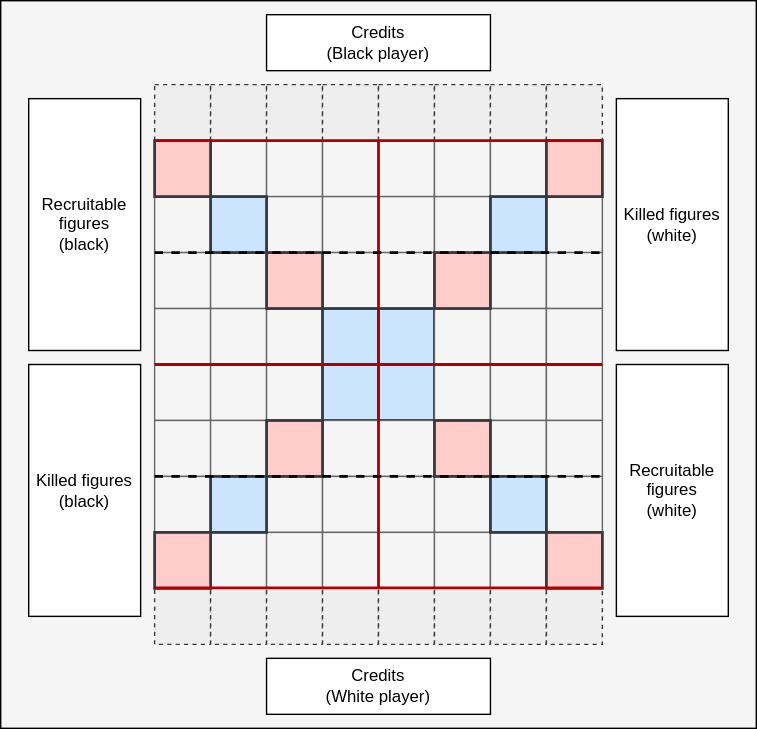
This is docs/games/boardgames/chessacre/_chessacre-overview.drawio.svg from FullByte/FullByte.github.io, a draw.io export, as it was before one commit. Source tidied: cells renumbered, new cells last; positions are measured from the earlier drawing's top-left corner, leaving out a move shared by most shapes. The source it was exported from:
```xml
<mxGraphModel>
  <root>
    <mxCell id="0" />
    <mxCell id="1" parent="0" />
    <mxCell id="2" style="rounded=0;whiteSpace=wrap;html=1;fillColor=#f5f5f5;fontColor=#333333;strokeColor=#000000;align=right;" parent="1" vertex="1">
      <mxGeometry width="540" height="520" as="geometry" />
    </mxCell>
    <mxCell id="3" style="rounded=0;whiteSpace=wrap;html=1;fillColor=#eeeeee;strokeColor=#36393d;dashed=1;" parent="1" vertex="1">
      <mxGeometry x="110" y="60" width="40" height="40" as="geometry" />
    </mxCell>
    <mxCell id="4" style="rounded=0;whiteSpace=wrap;html=1;fillColor=#eeeeee;strokeColor=#36393d;dashed=1;" parent="1" vertex="1">
      <mxGeometry x="150" y="60" width="40" height="40" as="geometry" />
    </mxCell>
    <mxCell id="5" style="rounded=0;whiteSpace=wrap;html=1;fillColor=#eeeeee;strokeColor=#36393d;dashed=1;" parent="1" vertex="1">
      <mxGeometry x="190" y="60" width="40" height="40" as="geometry" />
    </mxCell>
    <mxCell id="6" style="rounded=0;whiteSpace=wrap;html=1;fillColor=#eeeeee;strokeColor=#36393d;dashed=1;" parent="1" vertex="1">
      <mxGeometry x="230" y="60" width="40" height="40" as="geometry" />
    </mxCell>
    <mxCell id="7" style="rounded=0;whiteSpace=wrap;html=1;fillColor=#eeeeee;strokeColor=#36393d;dashed=1;" parent="1" vertex="1">
      <mxGeometry x="270" y="60" width="40" height="40" as="geometry" />
    </mxCell>
    <mxCell id="8" style="rounded=0;whiteSpace=wrap;html=1;fillColor=#eeeeee;strokeColor=#36393d;dashed=1;" parent="1" vertex="1">
      <mxGeometry x="310" y="60" width="40" height="40" as="geometry" />
    </mxCell>
    <mxCell id="9" style="rounded=0;whiteSpace=wrap;html=1;fillColor=#eeeeee;strokeColor=#36393d;dashed=1;" parent="1" vertex="1">
      <mxGeometry x="350" y="60" width="40" height="40" as="geometry" />
    </mxCell>
    <mxCell id="10" style="rounded=0;whiteSpace=wrap;html=1;fillColor=#eeeeee;strokeColor=#36393d;dashed=1;" parent="1" vertex="1">
      <mxGeometry x="390" y="60" width="40" height="40" as="geometry" />
    </mxCell>
    <mxCell id="11" style="rounded=0;whiteSpace=wrap;html=1;fillColor=#f5f5f5;fontColor=#333333;strokeColor=#666666;" parent="1" vertex="1">
      <mxGeometry x="150" y="100" width="40" height="40" as="geometry" />
    </mxCell>
    <mxCell id="12" style="rounded=0;whiteSpace=wrap;html=1;fillColor=#f5f5f5;fontColor=#333333;strokeColor=#666666;" parent="1" vertex="1">
      <mxGeometry x="190" y="100" width="40" height="40" as="geometry" />
    </mxCell>
    <mxCell id="13" style="rounded=0;whiteSpace=wrap;html=1;fillColor=#f5f5f5;fontColor=#333333;strokeColor=#666666;" parent="1" vertex="1">
      <mxGeometry x="230" y="100" width="40" height="40" as="geometry" />
    </mxCell>
    <mxCell id="14" style="rounded=0;whiteSpace=wrap;html=1;fillColor=#f5f5f5;fontColor=#333333;strokeColor=#666666;" parent="1" vertex="1">
      <mxGeometry x="270" y="100" width="40" height="40" as="geometry" />
    </mxCell>
    <mxCell id="15" style="rounded=0;whiteSpace=wrap;html=1;fillColor=#f5f5f5;fontColor=#333333;strokeColor=#666666;" parent="1" vertex="1">
      <mxGeometry x="310" y="100" width="40" height="40" as="geometry" />
    </mxCell>
    <mxCell id="16" style="rounded=0;whiteSpace=wrap;html=1;fillColor=#f5f5f5;fontColor=#333333;strokeColor=#666666;" parent="1" vertex="1">
      <mxGeometry x="350" y="100" width="40" height="40" as="geometry" />
    </mxCell>
    <mxCell id="17" style="rounded=0;whiteSpace=wrap;html=1;fillColor=#f5f5f5;fontColor=#333333;strokeColor=#666666;" parent="1" vertex="1">
      <mxGeometry x="110" y="140" width="40" height="40" as="geometry" />
    </mxCell>
    <mxCell id="18" style="rounded=0;whiteSpace=wrap;html=1;fillColor=#f5f5f5;fontColor=#333333;strokeColor=#666666;" parent="1" vertex="1">
      <mxGeometry x="190" y="140" width="40" height="40" as="geometry" />
    </mxCell>
    <mxCell id="19" style="rounded=0;whiteSpace=wrap;html=1;fillColor=#f5f5f5;fontColor=#333333;strokeColor=#666666;" parent="1" vertex="1">
      <mxGeometry x="230" y="140" width="40" height="40" as="geometry" />
    </mxCell>
    <mxCell id="20" style="rounded=0;whiteSpace=wrap;html=1;fillColor=#f5f5f5;fontColor=#333333;strokeColor=#666666;" parent="1" vertex="1">
      <mxGeometry x="270" y="140" width="40" height="40" as="geometry" />
    </mxCell>
    <mxCell id="21" style="rounded=0;whiteSpace=wrap;html=1;fillColor=#f5f5f5;fontColor=#333333;strokeColor=#666666;" parent="1" vertex="1">
      <mxGeometry x="310" y="140" width="40" height="40" as="geometry" />
    </mxCell>
    <mxCell id="22" style="rounded=0;whiteSpace=wrap;html=1;fillColor=#f5f5f5;fontColor=#333333;strokeColor=#666666;" parent="1" vertex="1">
      <mxGeometry x="390" y="140" width="40" height="40" as="geometry" />
    </mxCell>
    <mxCell id="23" style="rounded=0;whiteSpace=wrap;html=1;fillColor=#f5f5f5;fontColor=#333333;strokeColor=#666666;" parent="1" vertex="1">
      <mxGeometry x="110" y="180" width="40" height="40" as="geometry" />
    </mxCell>
    <mxCell id="24" style="rounded=0;whiteSpace=wrap;html=1;fillColor=#f5f5f5;fontColor=#333333;strokeColor=#666666;" parent="1" vertex="1">
      <mxGeometry x="150" y="180" width="40" height="40" as="geometry" />
    </mxCell>
    <mxCell id="25" style="rounded=0;whiteSpace=wrap;html=1;fillColor=#f5f5f5;fontColor=#333333;strokeColor=#666666;" parent="1" vertex="1">
      <mxGeometry x="230" y="180" width="40" height="40" as="geometry" />
    </mxCell>
    <mxCell id="26" style="rounded=0;whiteSpace=wrap;html=1;fillColor=#f5f5f5;fontColor=#333333;strokeColor=#666666;" parent="1" vertex="1">
      <mxGeometry x="270" y="180" width="40" height="40" as="geometry" />
    </mxCell>
    <mxCell id="27" style="rounded=0;whiteSpace=wrap;html=1;fillColor=#f5f5f5;fontColor=#333333;strokeColor=#666666;" parent="1" vertex="1">
      <mxGeometry x="350" y="180" width="40" height="40" as="geometry" />
    </mxCell>
    <mxCell id="28" style="rounded=0;whiteSpace=wrap;html=1;fillColor=#f5f5f5;fontColor=#333333;strokeColor=#666666;" parent="1" vertex="1">
      <mxGeometry x="390" y="180" width="40" height="40" as="geometry" />
    </mxCell>
    <mxCell id="29" style="rounded=0;whiteSpace=wrap;html=1;fillColor=#f5f5f5;fontColor=#333333;strokeColor=#666666;" parent="1" vertex="1">
      <mxGeometry x="110" y="220" width="40" height="40" as="geometry" />
    </mxCell>
    <mxCell id="30" style="rounded=0;whiteSpace=wrap;html=1;fillColor=#f5f5f5;fontColor=#333333;strokeColor=#666666;" parent="1" vertex="1">
      <mxGeometry x="150" y="220" width="40" height="40" as="geometry" />
    </mxCell>
    <mxCell id="31" style="rounded=0;whiteSpace=wrap;html=1;fillColor=#f5f5f5;fontColor=#333333;strokeColor=#666666;" parent="1" vertex="1">
      <mxGeometry x="190" y="220" width="40" height="40" as="geometry" />
    </mxCell>
    <mxCell id="32" style="rounded=0;whiteSpace=wrap;html=1;fillColor=#cce5ff;strokeColor=#36393d;strokeWidth=2;" parent="1" vertex="1">
      <mxGeometry x="230" y="220" width="40" height="40" as="geometry" />
    </mxCell>
    <mxCell id="33" style="rounded=0;whiteSpace=wrap;html=1;fillColor=#cce5ff;strokeColor=#36393d;strokeWidth=2;" parent="1" vertex="1">
      <mxGeometry x="270" y="220" width="40" height="40" as="geometry" />
    </mxCell>
    <mxCell id="34" style="rounded=0;whiteSpace=wrap;html=1;fillColor=#f5f5f5;fontColor=#333333;strokeColor=#666666;" parent="1" vertex="1">
      <mxGeometry x="310" y="220" width="40" height="40" as="geometry" />
    </mxCell>
    <mxCell id="35" style="rounded=0;whiteSpace=wrap;html=1;fillColor=#f5f5f5;fontColor=#333333;strokeColor=#666666;" parent="1" vertex="1">
      <mxGeometry x="350" y="220" width="40" height="40" as="geometry" />
    </mxCell>
    <mxCell id="36" style="rounded=0;whiteSpace=wrap;html=1;fillColor=#f5f5f5;fontColor=#333333;strokeColor=#666666;" parent="1" vertex="1">
      <mxGeometry x="390" y="220" width="40" height="40" as="geometry" />
    </mxCell>
    <mxCell id="37" style="rounded=0;whiteSpace=wrap;html=1;fillColor=#f5f5f5;fontColor=#333333;strokeColor=#666666;" parent="1" vertex="1">
      <mxGeometry x="110" y="260" width="40" height="40" as="geometry" />
    </mxCell>
    <mxCell id="38" style="rounded=0;whiteSpace=wrap;html=1;fillColor=#f5f5f5;fontColor=#333333;strokeColor=#666666;" parent="1" vertex="1">
      <mxGeometry x="150" y="260" width="40" height="40" as="geometry" />
    </mxCell>
    <mxCell id="39" style="rounded=0;whiteSpace=wrap;html=1;fillColor=#f5f5f5;fontColor=#333333;strokeColor=#666666;" parent="1" vertex="1">
      <mxGeometry x="190" y="260" width="40" height="40" as="geometry" />
    </mxCell>
    <mxCell id="40" style="rounded=0;whiteSpace=wrap;html=1;fillColor=#cce5ff;strokeColor=#36393d;strokeWidth=2;" parent="1" vertex="1">
      <mxGeometry x="230" y="260" width="40" height="40" as="geometry" />
    </mxCell>
    <mxCell id="41" style="rounded=0;whiteSpace=wrap;html=1;fillColor=#cce5ff;strokeColor=#36393d;strokeWidth=2;" parent="1" vertex="1">
      <mxGeometry x="270" y="260" width="40" height="40" as="geometry" />
    </mxCell>
    <mxCell id="42" style="rounded=0;whiteSpace=wrap;html=1;fillColor=#f5f5f5;fontColor=#333333;strokeColor=#666666;" parent="1" vertex="1">
      <mxGeometry x="310" y="260" width="40" height="40" as="geometry" />
    </mxCell>
    <mxCell id="43" style="rounded=0;whiteSpace=wrap;html=1;fillColor=#f5f5f5;fontColor=#333333;strokeColor=#666666;" parent="1" vertex="1">
      <mxGeometry x="350" y="260" width="40" height="40" as="geometry" />
    </mxCell>
    <mxCell id="44" style="rounded=0;whiteSpace=wrap;html=1;fillColor=#f5f5f5;fontColor=#333333;strokeColor=#666666;" parent="1" vertex="1">
      <mxGeometry x="390" y="260" width="40" height="40" as="geometry" />
    </mxCell>
    <mxCell id="45" style="rounded=0;whiteSpace=wrap;html=1;fillColor=#f5f5f5;fontColor=#333333;strokeColor=#666666;" parent="1" vertex="1">
      <mxGeometry x="110" y="300" width="40" height="40" as="geometry" />
    </mxCell>
    <mxCell id="46" style="rounded=0;whiteSpace=wrap;html=1;fillColor=#f5f5f5;fontColor=#333333;strokeColor=#666666;" parent="1" vertex="1">
      <mxGeometry x="150" y="300" width="40" height="40" as="geometry" />
    </mxCell>
    <mxCell id="47" style="rounded=0;whiteSpace=wrap;html=1;fillColor=#f5f5f5;fontColor=#333333;strokeColor=#666666;" parent="1" vertex="1">
      <mxGeometry x="230" y="300" width="40" height="40" as="geometry" />
    </mxCell>
    <mxCell id="48" style="rounded=0;whiteSpace=wrap;html=1;fillColor=#f5f5f5;fontColor=#333333;strokeColor=#666666;" parent="1" vertex="1">
      <mxGeometry x="270" y="300" width="40" height="40" as="geometry" />
    </mxCell>
    <mxCell id="49" style="rounded=0;whiteSpace=wrap;html=1;fillColor=#f5f5f5;fontColor=#333333;strokeColor=#666666;" parent="1" vertex="1">
      <mxGeometry x="350" y="300" width="40" height="40" as="geometry" />
    </mxCell>
    <mxCell id="50" style="rounded=0;whiteSpace=wrap;html=1;fillColor=#f5f5f5;fontColor=#333333;strokeColor=#666666;" parent="1" vertex="1">
      <mxGeometry x="390" y="300" width="40" height="40" as="geometry" />
    </mxCell>
    <mxCell id="51" style="rounded=0;whiteSpace=wrap;html=1;fillColor=#f5f5f5;fontColor=#333333;strokeColor=#666666;" parent="1" vertex="1">
      <mxGeometry x="110" y="340" width="40" height="40" as="geometry" />
    </mxCell>
    <mxCell id="52" style="rounded=0;whiteSpace=wrap;html=1;fillColor=#f5f5f5;fontColor=#333333;strokeColor=#666666;" parent="1" vertex="1">
      <mxGeometry x="190" y="340" width="40" height="40" as="geometry" />
    </mxCell>
    <mxCell id="53" style="rounded=0;whiteSpace=wrap;html=1;fillColor=#f5f5f5;fontColor=#333333;strokeColor=#666666;" parent="1" vertex="1">
      <mxGeometry x="230" y="340" width="40" height="40" as="geometry" />
    </mxCell>
    <mxCell id="54" style="rounded=0;whiteSpace=wrap;html=1;fillColor=#f5f5f5;fontColor=#333333;strokeColor=#666666;" parent="1" vertex="1">
      <mxGeometry x="270" y="340" width="40" height="40" as="geometry" />
    </mxCell>
    <mxCell id="55" style="rounded=0;whiteSpace=wrap;html=1;fillColor=#f5f5f5;fontColor=#333333;strokeColor=#666666;" parent="1" vertex="1">
      <mxGeometry x="310" y="340" width="40" height="40" as="geometry" />
    </mxCell>
    <mxCell id="56" style="rounded=0;whiteSpace=wrap;html=1;fillColor=#f5f5f5;fontColor=#333333;strokeColor=#666666;" parent="1" vertex="1">
      <mxGeometry x="390" y="340" width="40" height="40" as="geometry" />
    </mxCell>
    <mxCell id="57" style="rounded=0;whiteSpace=wrap;html=1;fillColor=#f5f5f5;fontColor=#333333;strokeColor=#666666;" parent="1" vertex="1">
      <mxGeometry x="150" y="380" width="40" height="40" as="geometry" />
    </mxCell>
    <mxCell id="58" style="rounded=0;whiteSpace=wrap;html=1;fillColor=#f5f5f5;fontColor=#333333;strokeColor=#666666;" parent="1" vertex="1">
      <mxGeometry x="190" y="380" width="40" height="40" as="geometry" />
    </mxCell>
    <mxCell id="59" style="rounded=0;whiteSpace=wrap;html=1;fillColor=#f5f5f5;fontColor=#333333;strokeColor=#666666;" parent="1" vertex="1">
      <mxGeometry x="230" y="380" width="40" height="40" as="geometry" />
    </mxCell>
    <mxCell id="60" style="rounded=0;whiteSpace=wrap;html=1;fillColor=#f5f5f5;fontColor=#333333;strokeColor=#666666;" parent="1" vertex="1">
      <mxGeometry x="270" y="380" width="40" height="40" as="geometry" />
    </mxCell>
    <mxCell id="61" style="rounded=0;whiteSpace=wrap;html=1;fillColor=#f5f5f5;fontColor=#333333;strokeColor=#666666;" parent="1" vertex="1">
      <mxGeometry x="310" y="380" width="40" height="40" as="geometry" />
    </mxCell>
    <mxCell id="62" style="rounded=0;whiteSpace=wrap;html=1;fillColor=#f5f5f5;fontColor=#333333;strokeColor=#666666;" parent="1" vertex="1">
      <mxGeometry x="350" y="380" width="40" height="40" as="geometry" />
    </mxCell>
    <mxCell id="63" style="rounded=0;whiteSpace=wrap;html=1;fillColor=#eeeeee;strokeColor=#36393d;dashed=1;" parent="1" vertex="1">
      <mxGeometry x="110" y="420" width="40" height="40" as="geometry" />
    </mxCell>
    <mxCell id="64" style="rounded=0;whiteSpace=wrap;html=1;fillColor=#eeeeee;strokeColor=#36393d;dashed=1;" parent="1" vertex="1">
      <mxGeometry x="150" y="420" width="40" height="40" as="geometry" />
    </mxCell>
    <mxCell id="65" style="rounded=0;whiteSpace=wrap;html=1;fillColor=#eeeeee;strokeColor=#36393d;dashed=1;" parent="1" vertex="1">
      <mxGeometry x="190" y="420" width="40" height="40" as="geometry" />
    </mxCell>
    <mxCell id="66" style="rounded=0;whiteSpace=wrap;html=1;fillColor=#eeeeee;strokeColor=#36393d;dashed=1;" parent="1" vertex="1">
      <mxGeometry x="230" y="420" width="40" height="40" as="geometry" />
    </mxCell>
    <mxCell id="67" style="rounded=0;whiteSpace=wrap;html=1;fillColor=#eeeeee;strokeColor=#36393d;dashed=1;" parent="1" vertex="1">
      <mxGeometry x="270" y="420" width="40" height="40" as="geometry" />
    </mxCell>
    <mxCell id="68" style="rounded=0;whiteSpace=wrap;html=1;fillColor=#eeeeee;strokeColor=#36393d;dashed=1;" parent="1" vertex="1">
      <mxGeometry x="310" y="420" width="40" height="40" as="geometry" />
    </mxCell>
    <mxCell id="69" style="rounded=0;whiteSpace=wrap;html=1;fillColor=#eeeeee;strokeColor=#36393d;dashed=1;" parent="1" vertex="1">
      <mxGeometry x="350" y="420" width="40" height="40" as="geometry" />
    </mxCell>
    <mxCell id="70" style="rounded=0;whiteSpace=wrap;html=1;fillColor=#eeeeee;strokeColor=#36393d;dashed=1;" parent="1" vertex="1">
      <mxGeometry x="390" y="420" width="40" height="40" as="geometry" />
    </mxCell>
    <mxCell id="71" style="endArrow=none;html=1;entryX=1;entryY=0;entryDx=0;entryDy=0;exitX=0;exitY=0;exitDx=0;exitDy=0;fillColor=#e51400;strokeColor=#B20000;strokeWidth=2;" parent="1" edge="1" source="37" target="44">
      <mxGeometry relative="1" as="geometry" />
    </mxCell>
    <mxCell id="72" style="endArrow=none;html=1;entryX=0;entryY=1;entryDx=0;entryDy=0;fillColor=#e51400;strokeColor=#B20000;strokeWidth=2;" parent="1" edge="1" target="60">
      <mxGeometry relative="1" as="geometry">
        <mxPoint x="270" y="100" as="sourcePoint" />
      </mxGeometry>
    </mxCell>
    <mxCell id="73" style="rounded=0;whiteSpace=wrap;html=1;fillColor=#ffcccc;strokeColor=#36393d;strokeWidth=2;" parent="1" vertex="1">
      <mxGeometry x="310" y="300" width="40" height="40" as="geometry" />
    </mxCell>
    <mxCell id="74" style="rounded=0;whiteSpace=wrap;html=1;fillColor=#ffcccc;strokeColor=#36393d;strokeWidth=2;" parent="1" vertex="1">
      <mxGeometry x="190" y="180" width="40" height="40" as="geometry" />
    </mxCell>
    <mxCell id="75" style="rounded=0;whiteSpace=wrap;html=1;fillColor=#ffcccc;strokeColor=#36393d;strokeWidth=2;" parent="1" vertex="1">
      <mxGeometry x="310" y="180" width="40" height="40" as="geometry" />
    </mxCell>
    <mxCell id="76" style="rounded=0;whiteSpace=wrap;html=1;fillColor=#ffcccc;strokeColor=#36393d;strokeWidth=2;" parent="1" vertex="1">
      <mxGeometry x="190" y="300" width="40" height="40" as="geometry" />
    </mxCell>
    <mxCell id="77" style="rounded=0;whiteSpace=wrap;html=1;fillColor=#ffcccc;strokeColor=#36393d;strokeWidth=2;" parent="1" vertex="1">
      <mxGeometry x="110" y="380" width="40" height="40" as="geometry" />
    </mxCell>
    <mxCell id="78" style="rounded=0;whiteSpace=wrap;html=1;fillColor=#cce5ff;strokeColor=#36393d;strokeWidth=2;" parent="1" vertex="1">
      <mxGeometry x="150" y="340" width="40" height="40" as="geometry" />
    </mxCell>
    <mxCell id="79" style="rounded=0;whiteSpace=wrap;html=1;fillColor=#cce5ff;strokeColor=#36393d;strokeWidth=2;" parent="1" vertex="1">
      <mxGeometry x="150" y="140" width="40" height="40" as="geometry" />
    </mxCell>
    <mxCell id="80" style="rounded=0;whiteSpace=wrap;html=1;fillColor=#ffcccc;strokeColor=#36393d;strokeWidth=2;" parent="1" vertex="1">
      <mxGeometry x="110" y="100" width="40" height="40" as="geometry" />
    </mxCell>
    <mxCell id="81" style="rounded=0;whiteSpace=wrap;html=1;fillColor=#cce5ff;strokeColor=#36393d;strokeWidth=2;" parent="1" vertex="1">
      <mxGeometry x="350" y="140" width="40" height="40" as="geometry" />
    </mxCell>
    <mxCell id="82" style="rounded=0;whiteSpace=wrap;html=1;fillColor=#ffcccc;strokeColor=#36393d;strokeWidth=2;" parent="1" vertex="1">
      <mxGeometry x="390" y="100" width="40" height="40" as="geometry" />
    </mxCell>
    <mxCell id="83" style="rounded=0;whiteSpace=wrap;html=1;fillColor=#cce5ff;strokeColor=#36393d;strokeWidth=2;" parent="1" vertex="1">
      <mxGeometry x="350" y="340" width="40" height="40" as="geometry" />
    </mxCell>
    <mxCell id="84" style="rounded=0;whiteSpace=wrap;html=1;fillColor=#ffcccc;strokeColor=#36393d;strokeWidth=2;" parent="1" vertex="1">
      <mxGeometry x="390" y="380" width="40" height="40" as="geometry" />
    </mxCell>
    <mxCell id="85" style="endArrow=none;html=1;entryX=1;entryY=0;entryDx=0;entryDy=0;exitX=0;exitY=0;exitDx=0;exitDy=0;fillColor=#e51400;strokeColor=#B20000;strokeWidth=2;" parent="1" edge="1">
      <mxGeometry relative="1" as="geometry">
        <mxPoint x="110" y="419.6" as="sourcePoint" />
        <mxPoint x="430" y="419.6" as="targetPoint" />
      </mxGeometry>
    </mxCell>
    <mxCell id="86" style="endArrow=none;html=1;entryX=1;entryY=0;entryDx=0;entryDy=0;exitX=0;exitY=0;exitDx=0;exitDy=0;fillColor=#e51400;strokeColor=#B20000;strokeWidth=2;" parent="1" edge="1">
      <mxGeometry relative="1" as="geometry">
        <mxPoint x="110" y="100" as="sourcePoint" />
        <mxPoint x="430" y="100" as="targetPoint" />
      </mxGeometry>
    </mxCell>
    <mxCell id="87" style="endArrow=none;html=1;entryX=1;entryY=0;entryDx=0;entryDy=0;exitX=0;exitY=0;exitDx=0;exitDy=0;strokeWidth=2;dashed=1;" parent="1" edge="1">
      <mxGeometry relative="1" as="geometry">
        <mxPoint x="110" y="340" as="sourcePoint" />
        <mxPoint x="430" y="340" as="targetPoint" />
      </mxGeometry>
    </mxCell>
    <mxCell id="88" style="endArrow=none;html=1;entryX=1;entryY=0;entryDx=0;entryDy=0;exitX=0;exitY=0;exitDx=0;exitDy=0;strokeWidth=2;dashed=1;" parent="1" edge="1">
      <mxGeometry relative="1" as="geometry">
        <mxPoint x="110" y="180" as="sourcePoint" />
        <mxPoint x="430" y="180" as="targetPoint" />
      </mxGeometry>
    </mxCell>
    <mxCell id="89" value="Killed figures&lt;br&gt;(white)" style="rounded=0;whiteSpace=wrap;html=1;" parent="1" vertex="1">
      <mxGeometry x="440" y="70" width="80" height="180" as="geometry" />
    </mxCell>
    <mxCell id="90" value="Killed figures&lt;br&gt;(black)" style="rounded=0;whiteSpace=wrap;html=1;" parent="1" vertex="1">
      <mxGeometry x="20" y="260" width="80" height="180" as="geometry" />
    </mxCell>
    <mxCell id="91" value="Recruitable figures&lt;br&gt;(black)" style="rounded=0;whiteSpace=wrap;html=1;" parent="1" vertex="1">
      <mxGeometry x="20" y="70" width="80" height="180" as="geometry" />
    </mxCell>
    <mxCell id="92" value="Recruitable figures&lt;br&gt;(white)" style="rounded=0;whiteSpace=wrap;html=1;" parent="1" vertex="1">
      <mxGeometry x="440" y="260" width="80" height="180" as="geometry" />
    </mxCell>
    <mxCell id="93" value="Credits &lt;br&gt;(Black player)" style="rounded=0;whiteSpace=wrap;html=1;" parent="1" vertex="1">
      <mxGeometry x="190" y="10" width="160" height="40" as="geometry" />
    </mxCell>
    <mxCell id="94" value="Credits&lt;br&gt;(White player)" style="rounded=0;whiteSpace=wrap;html=1;" parent="1" vertex="1">
      <mxGeometry x="190" y="470" width="160" height="40" as="geometry" />
    </mxCell>
  </root>
</mxGraphModel>
```
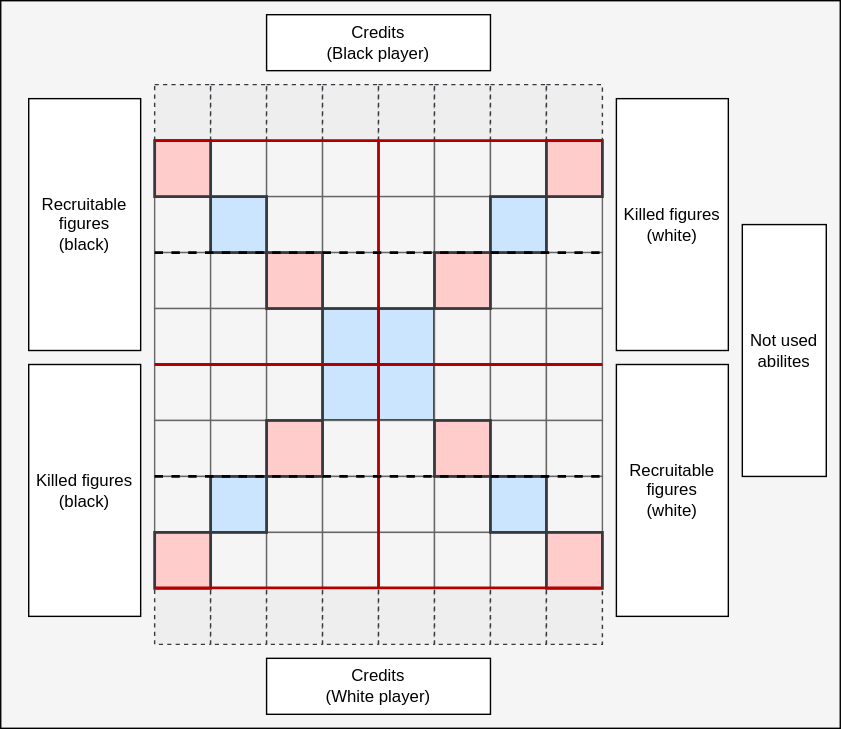
Later version of the same file.

Diff of the diagram source:
```diff
@@ -3,7 +3,7 @@
     <mxCell id="0" />
     <mxCell id="1" parent="0" />
     <mxCell id="2" style="rounded=0;whiteSpace=wrap;html=1;fillColor=#f5f5f5;fontColor=#333333;strokeColor=#000000;align=right;" parent="1" vertex="1">
-      <mxGeometry width="540" height="520" as="geometry" />
+      <mxGeometry width="600" height="520" as="geometry" />
     </mxCell>
     <mxCell id="3" style="rounded=0;whiteSpace=wrap;html=1;fillColor=#eeeeee;strokeColor=#36393d;dashed=1;" parent="1" vertex="1">
       <mxGeometry x="110" y="60" width="40" height="40" as="geometry" />
@@ -295,5 +295,8 @@
     <mxCell id="94" value="Credits&lt;br&gt;(White player)" style="rounded=0;whiteSpace=wrap;html=1;" parent="1" vertex="1">
       <mxGeometry x="190" y="470" width="160" height="40" as="geometry" />
     </mxCell>
+    <mxCell id="95" value="Not used abilites" style="rounded=0;whiteSpace=wrap;html=1;" parent="1" vertex="1">
+      <mxGeometry x="530" y="160" width="60" height="180" as="geometry" />
+    </mxCell>
   </root>
 </mxGraphModel>
```
